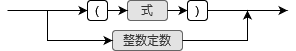
Earlier version of the draw.io export SyntaxDiagram/因子.png (nkue-yst/Visually). Source tidied: cells renumbered, new cells last; positions are measured from the earlier drawing's top-left corner, leaving out a move shared by most shapes.
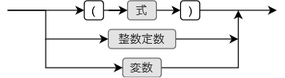
After the change.

Change to the diagram source:
```diff
@@ -3,52 +3,68 @@
     <mxCell id="0" />
     <mxCell id="1" parent="0" />
     <mxCell id="2" value="式" style="rounded=1;whiteSpace=wrap;html=1;fillColor=#E3E3E3;strokeColor=#666666;fontColor=#333333;gradientColor=none;" parent="1" vertex="1">
-      <mxGeometry x="120" width="40" height="20" as="geometry" />
+      <mxGeometry x="125" width="30" height="20" as="geometry" />
     </mxCell>
-    <mxCell id="3" style="endArrow=classic;html=1;rounded=0;entryX=0;entryY=0.5;entryDx=0;entryDy=0;" parent="1" edge="1" target="9">
-      <mxGeometry relative="1" as="geometry">
-        <mxPoint x="40" y="10" as="sourcePoint" />
-        <Array as="points">
-          <mxPoint y="10" />
-          <mxPoint x="40" y="10" />
-        </Array>
-      </mxGeometry>
-    </mxCell>
+    <mxCell id="12" style="endArrow=classic;html=1;rounded=0;entryX=0;entryY=0.5;entryDx=0;entryDy=0;" parent="1" edge="1" target="9">
+      <mxGeometry relative="1" as="geometry">
+        <mxPoint x="40" y="10" as="sourcePoint" />
+        <Array as="points">
+          <mxPoint y="10" />
+          <mxPoint x="40" y="10" />
+        </Array>
+      </mxGeometry>
+    </mxCell>
     <mxCell id="4" style="edgeStyle=orthogonalEdgeStyle;rounded=0;jettySize=auto;html=1;exitX=1;exitY=0.5;exitDx=0;exitDy=0;entryX=0;entryY=0.5;entryDx=0;entryDy=0;" parent="1" edge="1" source="2" target="11">
       <mxGeometry relative="1" as="geometry" />
     </mxCell>
     <mxCell id="5" value="整数定数" style="rounded=1;whiteSpace=wrap;html=1;fillColor=#E3E3E3;strokeColor=#666666;fontColor=#333333;gradientColor=none;" parent="1" vertex="1">
       <mxGeometry x="105" y="30" width="70" height="20" as="geometry" />
     </mxCell>
-    <mxCell id="6" style="endArrow=classic;html=1;rounded=0;exitX=1;exitY=0.5;exitDx=0;exitDy=0;" parent="1" edge="1" source="5">
-      <mxGeometry relative="1" as="geometry">
-        <mxPoint x="240" y="10" as="targetPoint" />
-        <Array as="points">
-          <mxPoint x="240" y="40" />
-        </Array>
-      </mxGeometry>
-    </mxCell>
-    <mxCell id="7" style="endArrow=classic;html=1;rounded=0;entryX=0;entryY=0.5;entryDx=0;entryDy=0;" parent="1" edge="1" target="5">
-      <mxGeometry relative="1" as="geometry">
-        <mxPoint x="40" y="10" as="sourcePoint" />
-        <Array as="points">
-          <mxPoint x="40" y="40" />
-        </Array>
-      </mxGeometry>
-    </mxCell>
+    <mxCell id="13" style="endArrow=classic;html=1;rounded=0;exitX=1;exitY=0.5;exitDx=0;exitDy=0;" parent="1" edge="1" source="16">
+      <mxGeometry relative="1" as="geometry">
+        <mxPoint x="240" y="10" as="targetPoint" />
+        <Array as="points">
+          <mxPoint x="240" y="70" />
+        </Array>
+      </mxGeometry>
+    </mxCell>
+    <mxCell id="14" style="endArrow=classic;html=1;rounded=0;entryX=0;entryY=0.5;entryDx=0;entryDy=0;" parent="1" edge="1" target="5">
+      <mxGeometry relative="1" as="geometry">
+        <mxPoint x="40" y="10" as="sourcePoint" />
+        <Array as="points">
+          <mxPoint x="40" y="40" />
+        </Array>
+      </mxGeometry>
+    </mxCell>
     <mxCell id="8" style="edgeStyle=orthogonalEdgeStyle;rounded=0;jettySize=auto;html=1;entryX=0;entryY=0.5;entryDx=0;entryDy=0;" parent="1" edge="1" source="9" target="2">
       <mxGeometry relative="1" as="geometry" />
     </mxCell>
     <mxCell id="9" value="(" style="rounded=1;whiteSpace=wrap;html=1;" parent="1" vertex="1">
       <mxGeometry x="80" width="20" height="20" as="geometry" />
     </mxCell>
-    <mxCell id="10" style="edgeStyle=orthogonalEdgeStyle;rounded=0;jettySize=auto;html=1;" parent="1" edge="1" source="11">
-      <mxGeometry relative="1" as="geometry">
-        <mxPoint x="280" y="10" as="targetPoint" />
-      </mxGeometry>
-    </mxCell>
+    <mxCell id="15" style="edgeStyle=orthogonalEdgeStyle;rounded=0;jettySize=auto;html=1;" parent="1" edge="1" source="11">
+      <mxGeometry relative="1" as="geometry">
+        <mxPoint x="280" y="10" as="targetPoint" />
+      </mxGeometry>
+    </mxCell>
     <mxCell id="11" value=")" style="rounded=1;whiteSpace=wrap;html=1;" parent="1" vertex="1">
       <mxGeometry x="180" width="20" height="20" as="geometry" />
     </mxCell>
+    <mxCell id="16" value="変数" style="rounded=1;whiteSpace=wrap;html=1;fillColor=#E3E3E3;strokeColor=#666666;fontColor=#333333;gradientColor=none;" parent="1" vertex="1">
+      <mxGeometry x="120" y="60" width="40" height="20" as="geometry" />
+    </mxCell>
+    <mxCell id="17" style="endArrow=classic;html=1;rounded=0;entryX=0;entryY=0.5;entryDx=0;entryDy=0;" parent="1" edge="1" target="16">
+      <mxGeometry relative="1" as="geometry">
+        <mxPoint x="40" y="40" as="sourcePoint" />
+        <Array as="points">
+          <mxPoint x="40" y="70" />
+        </Array>
+      </mxGeometry>
+    </mxCell>
+    <mxCell id="18" style="endArrow=classic;html=1;rounded=0;exitX=1;exitY=0.5;exitDx=0;exitDy=0;" parent="1" edge="1" source="5">
+      <mxGeometry relative="1" as="geometry">
+        <mxPoint x="240" y="40" as="targetPoint" />
+      </mxGeometry>
+    </mxCell>
   </root>
 </mxGraphModel>
```
